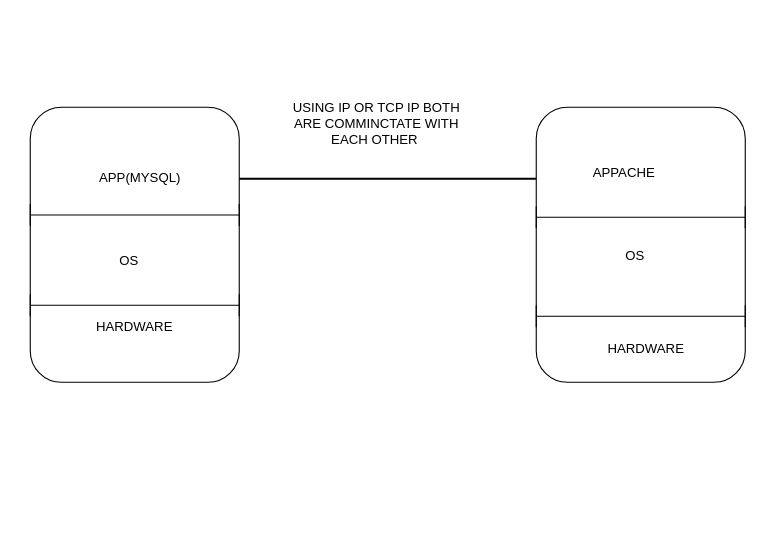
Earlier version of the draw.io diagram kubernet@three.drawio (ashisnishanka/kubernet). Source tidied: cells renumbered, new cells numbered last; positions are measured from the earlier drawing's top-left corner, leaving out a move shared by most shapes. Both pictures are drawn from the tidied source at 110%, with x=0, y=0 at pixel (30, 90).
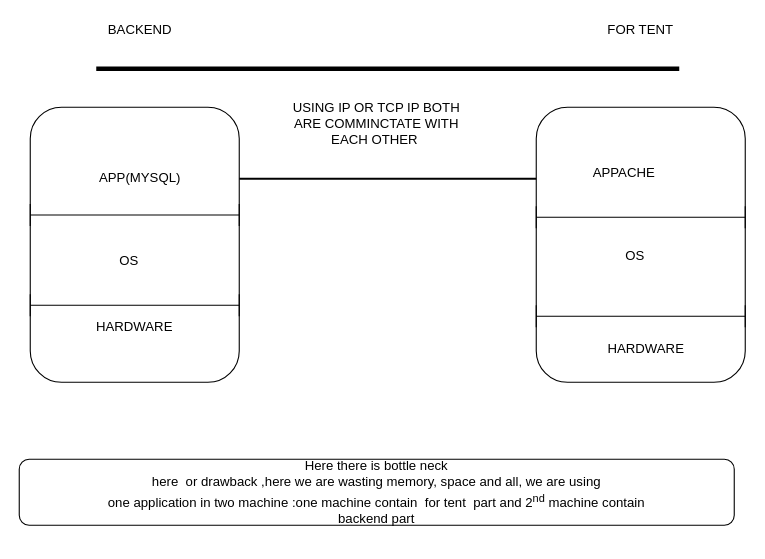
The same diagram, later.

The edit, as a diff of the source:
```diff
@@
 <mxGraphModel>
   <root>
     <mxCell id="0" />
     <mxCell id="1" parent="0" />
     <mxCell id="2" style="rounded=1;whiteSpace=wrap;html=1;" parent="1" vertex="1">
       <mxGeometry y="15" width="190" height="250" as="geometry" />
     </mxCell>
     <mxCell id="3" style="shape=crossbar;whiteSpace=wrap;html=1;rounded=1;" parent="1" vertex="1">
       <mxGeometry y="185" width="190" height="20" as="geometry" />
     </mxCell>
     <mxCell id="4" value="HARDWARE" style="text;html=1;strokeColor=none;fillColor=none;align=center;verticalAlign=middle;whiteSpace=wrap;rounded=0;" parent="1" vertex="1">
       <mxGeometry x="60" y="205" width="70" height="20" as="geometry" />
     </mxCell>
     <mxCell id="5" style="shape=crossbar;whiteSpace=wrap;html=1;rounded=1;" parent="1" vertex="1">
       <mxGeometry y="103" width="190" height="20" as="geometry" />
     </mxCell>
     <mxCell id="6" value="OS" style="text;html=1;strokeColor=none;fillColor=none;align=center;verticalAlign=middle;whiteSpace=wrap;rounded=0;" parent="1" vertex="1">
       <mxGeometry x="60" y="135" width="60" height="40" as="geometry" />
     </mxCell>
     <mxCell id="7" value="APP(MYSQL)" style="text;html=1;strokeColor=none;fillColor=none;align=center;verticalAlign=middle;whiteSpace=wrap;rounded=0;" parent="1" vertex="1">
       <mxGeometry x="50" y="54" width="100" height="50" as="geometry" />
     </mxCell>
     <mxCell id="8" style="rounded=1;whiteSpace=wrap;html=1;" parent="1" vertex="1">
       <mxGeometry x="460" y="15" width="190" height="250" as="geometry" />
     </mxCell>
     <mxCell id="9" style="shape=crossbar;whiteSpace=wrap;html=1;rounded=1;" parent="1" vertex="1">
       <mxGeometry x="460" y="195" width="190" height="20" as="geometry" />
     </mxCell>
     <mxCell id="10" value="HARDWARE" style="text;html=1;strokeColor=none;fillColor=none;align=center;verticalAlign=middle;whiteSpace=wrap;rounded=0;" parent="1" vertex="1">
       <mxGeometry x="510" y="225" width="100" height="20" as="geometry" />
     </mxCell>
     <mxCell id="11" style="shape=crossbar;whiteSpace=wrap;html=1;rounded=1;" parent="1" vertex="1">
       <mxGeometry x="460" y="105" width="190" height="20" as="geometry" />
     </mxCell>
     <mxCell id="12" value="OS" style="text;html=1;strokeColor=none;fillColor=none;align=center;verticalAlign=middle;whiteSpace=wrap;rounded=0;" parent="1" vertex="1">
       <mxGeometry x="510" y="135" width="80" height="30" as="geometry" />
     </mxCell>
     <mxCell id="13" style="line;strokeWidth=2;html=1;" parent="1" vertex="1">
       <mxGeometry x="190" y="75" width="270" height="10" as="geometry" />
     </mxCell>
     <mxCell id="14" value="APPACHE" style="text;html=1;strokeColor=none;fillColor=none;align=center;verticalAlign=middle;whiteSpace=wrap;rounded=0;" parent="1" vertex="1">
       <mxGeometry x="480" y="65" width="120" height="20" as="geometry" />
     </mxCell>
     <mxCell id="15" value="USING IP OR TCP IP BOTH ARE COMMINCTATE WITH EACH OTHER&amp;nbsp;" style="text;html=1;strokeColor=none;fillColor=none;align=center;verticalAlign=middle;whiteSpace=wrap;rounded=0;" parent="1" vertex="1">
       <mxGeometry x="230" width="170" height="60" as="geometry" />
     </mxCell>
+    <mxCell id="16" value="&lt;p class=&quot;MsoNormal&quot;&gt;&lt;span style=&quot;font-size: 9pt ; line-height: 115% ; font-family: &amp;#34;helvetica&amp;#34; , sans-serif&quot;&gt;Here there is bottle neck&lt;br/&gt;here&amp;nbsp; or drawback ,here we are wasting memory, space and all, we are using&lt;br/&gt;one application in two machine :one machine contain&amp;nbsp; for tent &amp;nbsp;part and 2&lt;sup&gt;nd&lt;/sup&gt; machine contain&lt;br/&gt;backend part&lt;/span&gt;&lt;/p&gt;" style="rounded=1;whiteSpace=wrap;html=1;" parent="1" vertex="1">
+      <mxGeometry x="-10" y="335" width="650" height="60" as="geometry" />
+    </mxCell>
+    <mxCell id="17" style="line;strokeWidth=4;html=1;perimeter=backbonePerimeter;" parent="1" vertex="1">
+      <mxGeometry x="60" y="-25" width="530" height="10" as="geometry" />
+    </mxCell>
+    <mxCell id="18" value="BACKEND" style="text;html=1;strokeColor=none;fillColor=none;align=center;verticalAlign=middle;whiteSpace=wrap;rounded=0;" parent="1" vertex="1">
+      <mxGeometry x="80" y="-65" width="40" height="20" as="geometry" />
+    </mxCell>
+    <mxCell id="19" value="FOR TENT" style="text;html=1;strokeColor=none;fillColor=none;align=center;verticalAlign=middle;whiteSpace=wrap;rounded=0;" parent="1" vertex="1">
+      <mxGeometry x="510" y="-65" width="90" height="20" as="geometry" />
+    </mxCell>
   </root>
 </mxGraphModel>
```
